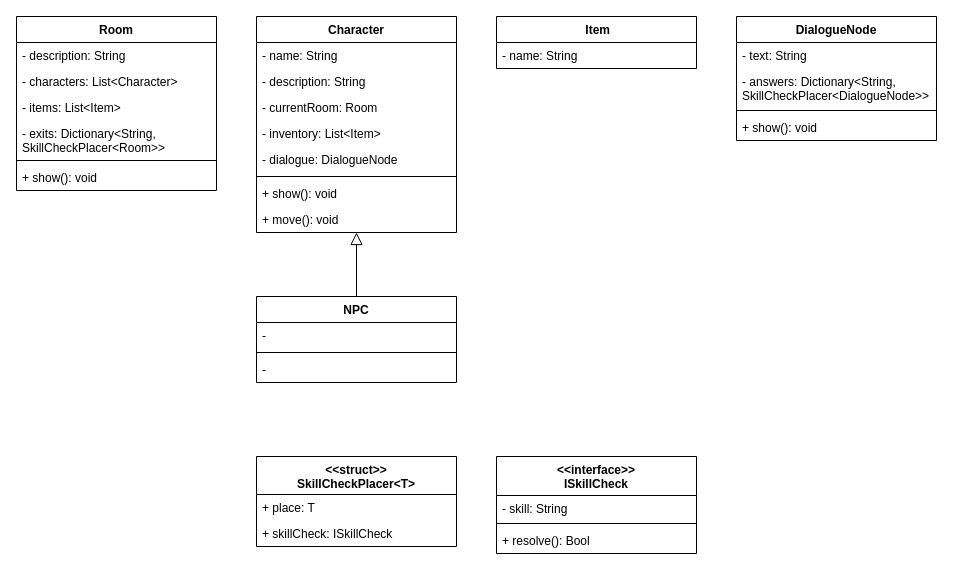
Before: page "Classes" (2 of 3) of Diagrams/Legends of Antir Diagrams.drawio in qogoist/LegendsOfAntir, a draw.io diagram. Source tidied: cells renumbered, new cells numbered last; positions are measured from the earlier drawing's top-left corner, leaving out a move shared by most shapes. Both pictures are drawn from the tidied source at 100%, with x=0, y=0 at pixel (16, 16).
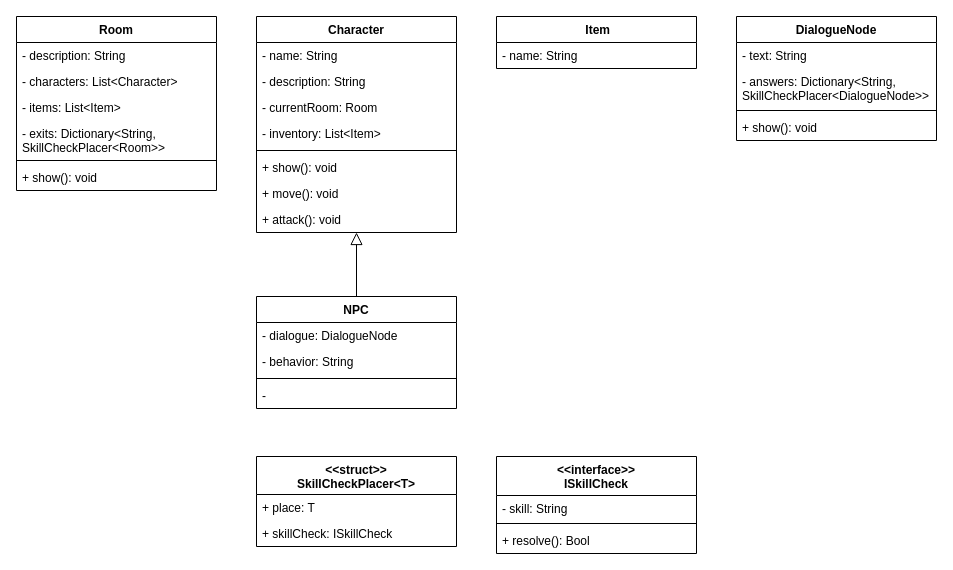
The same diagram, later.

Unchanged cells that the change refers to:
```xml
<mxCell id="9" value="Character" style="swimlane;fontStyle=1;align=center;verticalAlign=top;horizontal=1;startSize=26;" parent="1" vertex="1">
  <mxGeometry x="240" width="200" height="216" as="geometry" />
</mxCell>
```

Diff of the diagram source:
```diff
@@
-    <mxCell id="14" value="- dialogue: DialogueNode" style="text;strokeColor=none;fillColor=none;align=left;verticalAlign=top;spacingLeft=4;spacingRight=4;overflow=hidden;" parent="9" vertex="1">
-      <mxGeometry y="130" width="200" height="26" as="geometry" />
-    </mxCell>
     <mxCell id="15" style="line;strokeWidth=1;fillColor=none;align=left;verticalAlign=middle;spacingTop=-1;spacingLeft=3;spacingRight=3;labelPosition=right;" parent="9" vertex="1">
-      <mxGeometry y="156" width="200" height="8" as="geometry" />
+      <mxGeometry y="130" width="200" height="8" as="geometry" />
     </mxCell>
     <mxCell id="16" value="+ show(): void" style="text;strokeColor=none;fillColor=none;align=left;verticalAlign=top;spacingLeft=4;spacingRight=4;overflow=hidden;" parent="9" vertex="1">
-      <mxGeometry y="164" width="200" height="26" as="geometry" />
+      <mxGeometry y="138" width="200" height="26" as="geometry" />
     </mxCell>
     <mxCell id="17" value="+ move(): void" style="text;strokeColor=none;fillColor=none;align=left;verticalAlign=top;spacingLeft=4;spacingRight=4;overflow=hidden;" parent="9" vertex="1">
-      <mxGeometry y="190" width="200" height="26" as="geometry" />
+      <mxGeometry y="164" width="200" height="26" as="geometry" />
     </mxCell>
+    <mxCell id="37" value="+ attack(): void" style="text;strokeColor=none;fillColor=none;align=left;verticalAlign=top;spacingLeft=4;spacingRight=4;overflow=hidden;fontSize=12;" parent="9" vertex="1">
+      <mxGeometry y="190" width="200" height="26" as="geometry" />
+    </mxCell>
@@
     <mxCell id="19" value="NPC" style="swimlane;fontStyle=1;align=center;verticalAlign=top;horizontal=1;startSize=26;" parent="1" vertex="1">
-      <mxGeometry x="240" y="280" width="200" height="86" as="geometry" />
+      <mxGeometry x="240" y="280" width="200" height="112" as="geometry" />
     </mxCell>
-    <mxCell id="20" value="-" style="text;strokeColor=none;fillColor=none;align=left;verticalAlign=top;spacingLeft=4;spacingRight=4;overflow=hidden;" parent="19" vertex="1">
+    <mxCell id="20" value="- dialogue: DialogueNode" style="text;strokeColor=none;fillColor=none;align=left;verticalAlign=top;spacingLeft=4;spacingRight=4;overflow=hidden;" parent="19" vertex="1">
       <mxGeometry y="26" width="200" height="26" as="geometry" />
     </mxCell>
+    <mxCell id="38" value="- behavior: String" style="text;strokeColor=none;fillColor=none;align=left;verticalAlign=top;spacingLeft=4;spacingRight=4;overflow=hidden;fontSize=12;" parent="19" vertex="1">
+      <mxGeometry y="52" width="200" height="26" as="geometry" />
+    </mxCell>
     <mxCell id="21" style="line;strokeWidth=1;fillColor=none;align=left;verticalAlign=middle;spacingTop=-1;spacingLeft=3;spacingRight=3;labelPosition=right;" parent="19" vertex="1">
-      <mxGeometry y="52" width="200" height="8" as="geometry" />
+      <mxGeometry y="78" width="200" height="8" as="geometry" />
     </mxCell>
     <mxCell id="22" value="-" style="text;strokeColor=none;fillColor=none;align=left;verticalAlign=top;spacingLeft=4;spacingRight=4;overflow=hidden;" parent="19" vertex="1">
-      <mxGeometry y="60" width="200" height="26" as="geometry" />
+      <mxGeometry y="86" width="200" height="26" as="geometry" />
     </mxCell>
```
